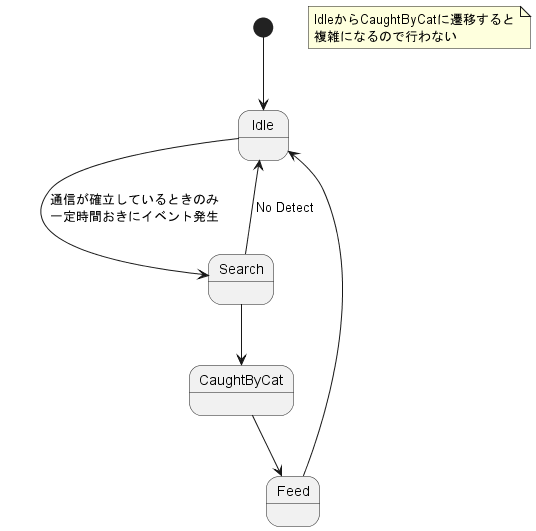
Earlier version of the PlantUML export uml/out/state_machine/all/all.png (yudai0804/cat-gpt).
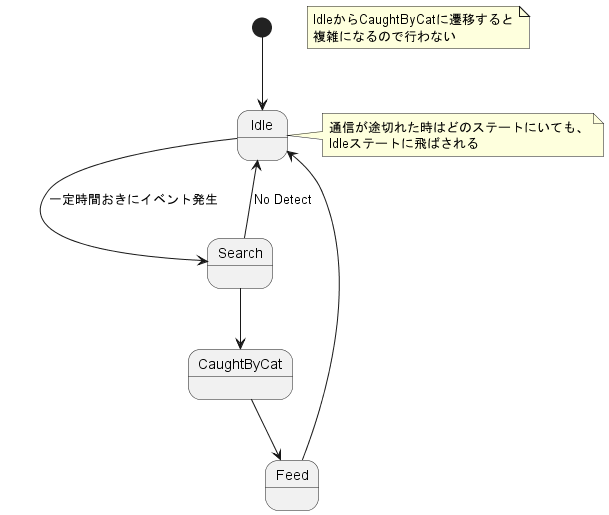
The same file after the commit.

Change to the diagram source:
```diff
@@ -1,7 +1,8 @@
 @startuml
 [*] --> Idle
 note "IdleからCaughtByCatに遷移すると\n複雑になるので行わない" as N1
-Idle --> Search : 通信が確立しているときのみ\n一定時間おきにイベント発生
+Idle --> Search : 一定時間おきにイベント発生
+note right of Idle : 通信が途切れた時はどのステートにいても、\nIdleステートに飛ばされる
 Search --> Idle : No Detect
 Search --> CaughtByCat
 CaughtByCat --> Feed
```
